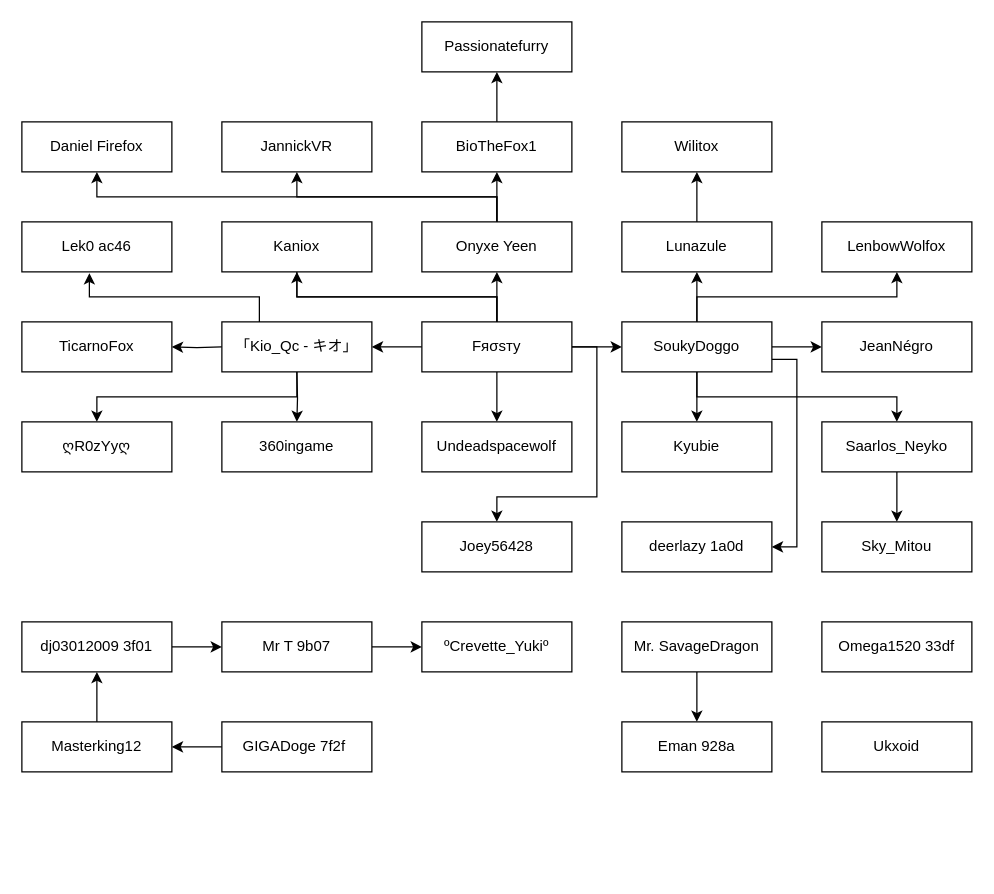
This is vrchat friends.drawio from NicoTheDoggy/myvrcfriends, a draw.io file, before an edit. Source tidied: cells renumbered, new cells numbered last; positions are measured from the earlier drawing's top-left corner, leaving out a move shared by most shapes. Both pictures are drawn from the tidied source at 125%, with x=0, y=0 at pixel (21, 21).
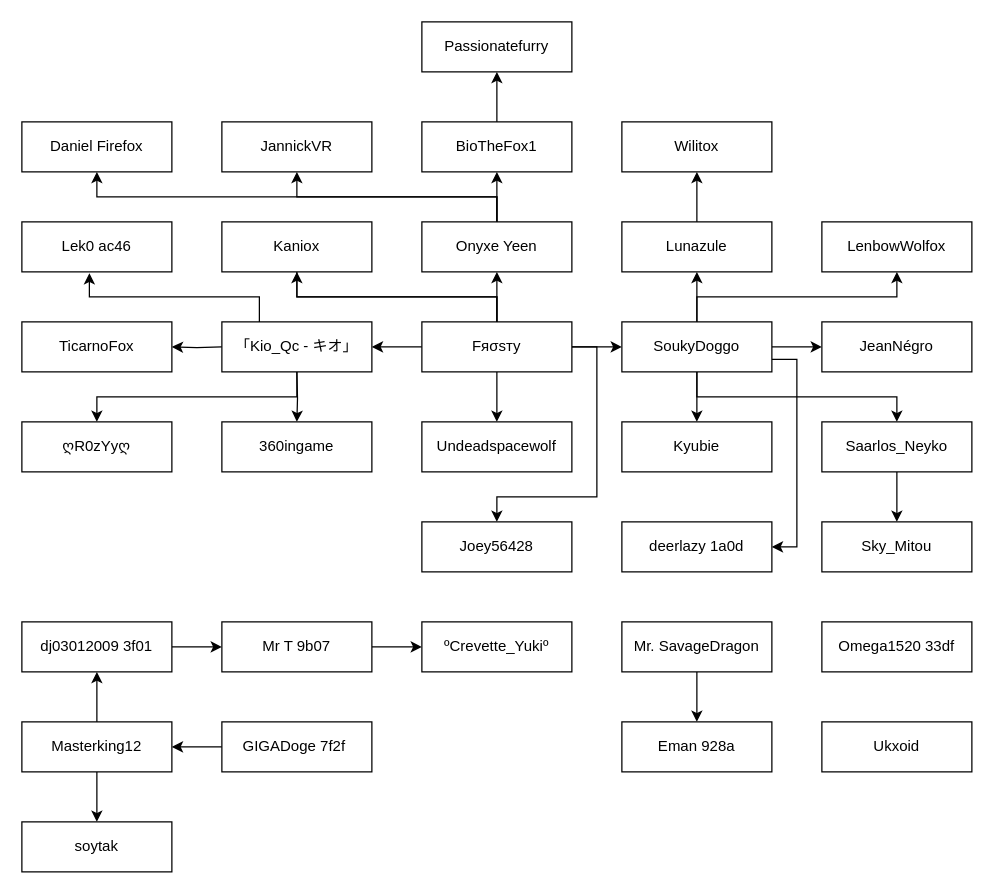
The same diagram, later.

Unchanged cells that the change refers to:
```xml
<mxCell id="53" value="Masterking12" style="rounded=0;whiteSpace=wrap;html=1;" parent="1" vertex="1">
  <mxGeometry y="560" width="120" height="40" as="geometry" />
</mxCell>
```

Diff of the diagram source:
```diff
@@
+    <mxCell id="62" style="edgeStyle=orthogonalEdgeStyle;rounded=0;jettySize=auto;html=1;" parent="1" edge="1" source="53" target="63">
+      <mxGeometry relative="1" as="geometry" />
+    </mxCell>
@@
+    <mxCell id="63" value="soytak" style="rounded=0;whiteSpace=wrap;html=1;" parent="1" vertex="1">
+      <mxGeometry y="640" width="120" height="40" as="geometry" />
+    </mxCell>
```
